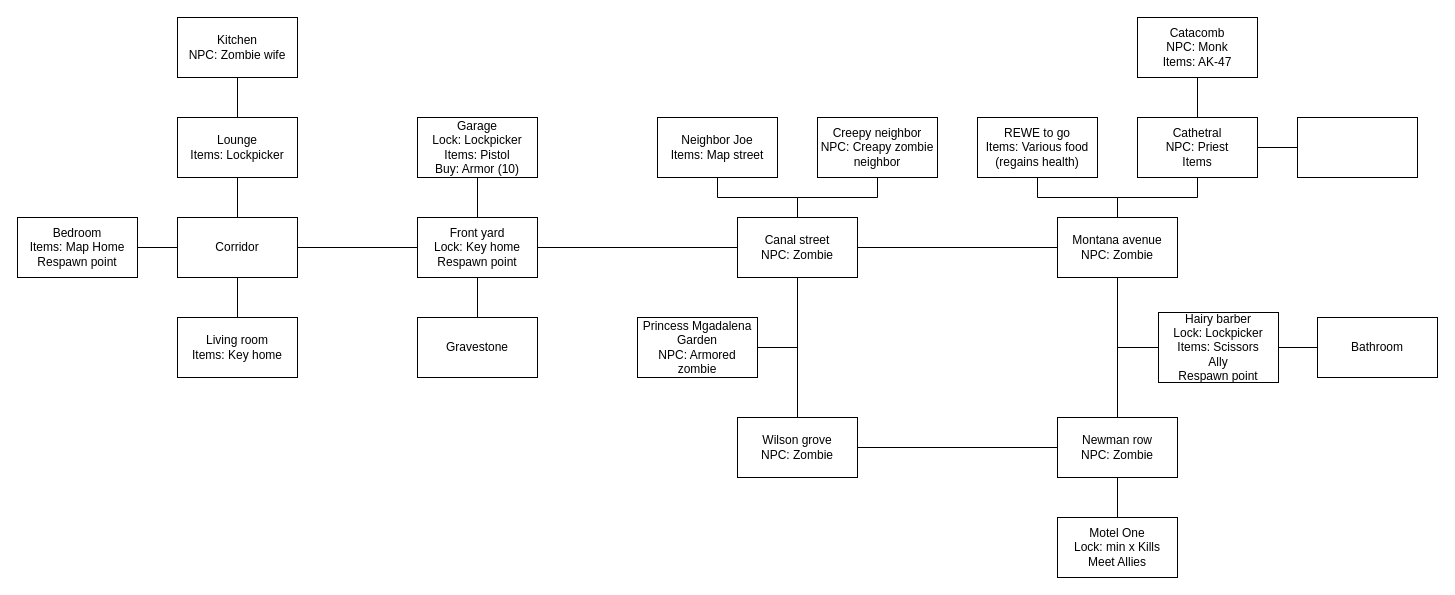
The draw.io diagram game_overview.drawio in a-waider/star-text-adventure, before the edit. Source tidied: cells renumbered, new cells numbered last; positions are measured from the earlier drawing's top-left corner, leaving out a move shared by most shapes. Both pictures are drawn from the tidied source at 100%, with x=0, y=0 at pixel (17, 17).
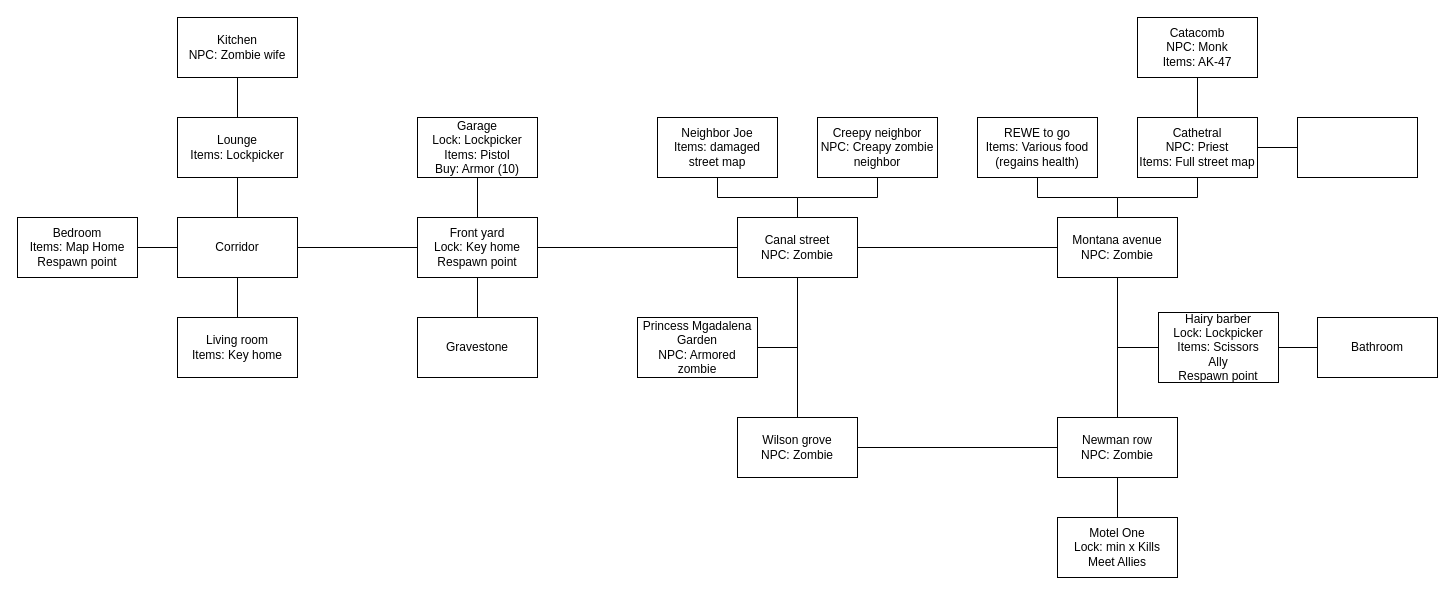
The same diagram, later.

Diff of the diagram source:
```diff
@@
-    <mxCell id="24" value="&lt;div&gt;Neighbor Joe&lt;br&gt;&lt;/div&gt;Items: Map street" style="rounded=0;whiteSpace=wrap;html=1;" parent="1" vertex="1">
+    <mxCell id="24" value="&lt;div&gt;Neighbor Joe&lt;br&gt;&lt;/div&gt;Items: damaged street map" style="rounded=0;whiteSpace=wrap;html=1;" parent="1" vertex="1">
       <mxGeometry x="640" y="100" width="120" height="60" as="geometry" />
     </mxCell>
@@
-    <mxCell id="37" value="&lt;div&gt;Cathetral&lt;/div&gt;&lt;div&gt;NPC: Priest&lt;/div&gt;&lt;div&gt;Items&lt;br&gt;&lt;/div&gt;" style="rounded=0;whiteSpace=wrap;html=1;" parent="1" vertex="1">
+    <mxCell id="37" value="&lt;div&gt;Cathetral&lt;/div&gt;&lt;div&gt;NPC: Priest&lt;/div&gt;&lt;div&gt;Items: Full street map&lt;br&gt;&lt;/div&gt;" style="rounded=0;whiteSpace=wrap;html=1;" parent="1" vertex="1">
       <mxGeometry x="1120" y="100" width="120" height="60" as="geometry" />
     </mxCell>
```
